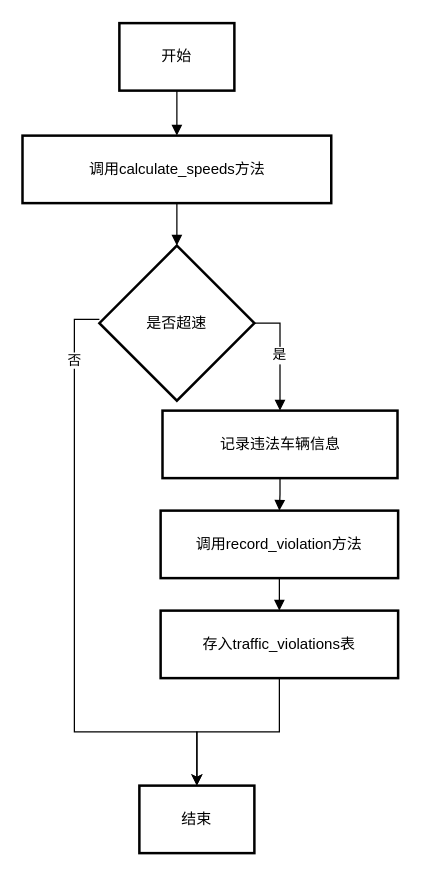
This is 违法记录与存储.drawio from EthaneIceCream/HoloCubic, a draw.io file, before an edit. Source tidied: cells renumbered, new cells numbered last; positions are measured from the earlier drawing's top-left corner, leaving out a move shared by most shapes. Both pictures are drawn from the tidied source at 125%, with x=0, y=0 at pixel (22, 22).
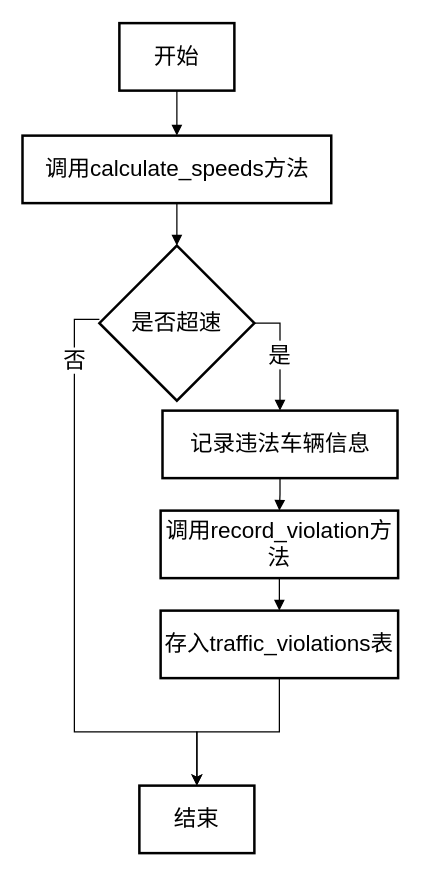
Above is the later version.

Commit message:
更新违法记录与存储.drawio

Diff of the diagram source:
```diff
@@
 <mxGraphModel>
   <root>
     <mxCell id="0" />
     <mxCell id="1" parent="0" />
-    <mxCell id="2" value="开始" style="whiteSpace=wrap;strokeWidth=2;" parent="1" vertex="1">
+    <mxCell id="2" value="开始" style="whiteSpace=wrap;strokeWidth=2;fontSize=18;" parent="1" vertex="1">
       <mxGeometry x="77" width="92" height="54" as="geometry" />
     </mxCell>
-    <mxCell id="3" value="调用calculate_speeds方法" style="whiteSpace=wrap;strokeWidth=2;" parent="1" vertex="1">
+    <mxCell id="3" value="调用calculate_speeds方法" style="whiteSpace=wrap;strokeWidth=2;fontSize=18;" parent="1" vertex="1">
       <mxGeometry x="-0.5" y="90" width="247" height="54" as="geometry" />
     </mxCell>
-    <mxCell id="4" style="edgeStyle=orthogonalEdgeStyle;rounded=0;jettySize=auto;html=1;exitX=0;exitY=0.5;exitDx=0;exitDy=0;entryX=0.5;entryY=0;entryDx=0;entryDy=0;" parent="1" edge="1" target="11">
+    <mxCell id="4" style="edgeStyle=orthogonalEdgeStyle;rounded=0;jettySize=auto;html=1;exitX=0;exitY=0.5;exitDx=0;exitDy=0;entryX=0.5;entryY=0;entryDx=0;entryDy=0;fontSize=18;" parent="1" edge="1" target="11">
       <mxGeometry relative="1" as="geometry">
         <mxPoint x="61" y="237" as="sourcePoint" />
         <Array as="points">
           <mxPoint x="41" y="237" />
           <mxPoint x="41" y="567" />
           <mxPoint x="139" y="567" />
         </Array>
       </mxGeometry>
     </mxCell>
-    <mxCell id="5" value="否" style="edgeLabel;html=1;align=center;verticalAlign=middle;" parent="4" vertex="1">
+    <mxCell id="5" value="否" style="edgeLabel;html=1;align=center;verticalAlign=middle;fontSize=18;" parent="4" vertex="1">
       <mxGeometry x="-0.79" y="-1" relative="1" as="geometry" />
     </mxCell>
-    <mxCell id="6" value="是否超速" style="rhombus;strokeWidth=2;whiteSpace=wrap;" parent="1" vertex="1">
+    <mxCell id="6" value="是否超速" style="rhombus;strokeWidth=2;whiteSpace=wrap;fontSize=18;" parent="1" vertex="1">
       <mxGeometry x="61" y="178" width="124" height="124" as="geometry" />
     </mxCell>
-    <mxCell id="7" value="记录违法车辆信息" style="whiteSpace=wrap;strokeWidth=2;" parent="1" vertex="1">
+    <mxCell id="7" value="记录违法车辆信息" style="whiteSpace=wrap;strokeWidth=2;fontSize=18;" parent="1" vertex="1">
       <mxGeometry x="111.5" y="310" width="188" height="54" as="geometry" />
     </mxCell>
-    <mxCell id="8" value="调用record_violation方法" style="whiteSpace=wrap;strokeWidth=2;" parent="1" vertex="1">
+    <mxCell id="8" value="调用record_violation方法" style="whiteSpace=wrap;strokeWidth=2;fontSize=18;" parent="1" vertex="1">
       <mxGeometry x="110" y="390" width="190" height="54" as="geometry" />
     </mxCell>
-    <mxCell id="9" style="edgeStyle=orthogonalEdgeStyle;rounded=0;jettySize=auto;html=1;exitX=0.5;exitY=1;exitDx=0;exitDy=0;entryX=0.5;entryY=0;entryDx=0;entryDy=0;" parent="1" edge="1" source="10" target="11">
+    <mxCell id="9" style="edgeStyle=orthogonalEdgeStyle;rounded=0;jettySize=auto;html=1;exitX=0.5;exitY=1;exitDx=0;exitDy=0;entryX=0.5;entryY=0;entryDx=0;entryDy=0;fontSize=18;" parent="1" edge="1" source="10" target="11">
       <mxGeometry relative="1" as="geometry" />
     </mxCell>
-    <mxCell id="10" value="存入traffic_violations表" style="whiteSpace=wrap;strokeWidth=2;" parent="1" vertex="1">
+    <mxCell id="10" value="存入traffic_violations表" style="whiteSpace=wrap;strokeWidth=2;fontSize=18;" parent="1" vertex="1">
       <mxGeometry x="110" y="470" width="190" height="54" as="geometry" />
     </mxCell>
-    <mxCell id="11" value="结束" style="whiteSpace=wrap;strokeWidth=2;" parent="1" vertex="1">
+    <mxCell id="11" value="结束" style="whiteSpace=wrap;strokeWidth=2;fontSize=18;" parent="1" vertex="1">
       <mxGeometry x="93" y="610" width="92" height="54" as="geometry" />
     </mxCell>
-    <mxCell id="12" style="startArrow=none;endArrow=block;exitX=0.5;exitY=1;entryX=0.5;entryY=0;rounded=0;edgeStyle=orthogonalEdgeStyle;" parent="1" edge="1" source="2" target="3">
+    <mxCell id="12" style="startArrow=none;endArrow=block;exitX=0.5;exitY=1;entryX=0.5;entryY=0;rounded=0;edgeStyle=orthogonalEdgeStyle;fontSize=18;" parent="1" edge="1" source="2" target="3">
       <mxGeometry relative="1" as="geometry" />
     </mxCell>
-    <mxCell id="13" style="curved=1;startArrow=none;endArrow=block;exitX=0.5;exitY=1;entryX=0.5;entryY=0;rounded=0;" parent="1" edge="1" source="3" target="6">
+    <mxCell id="13" style="curved=1;startArrow=none;endArrow=block;exitX=0.5;exitY=1;entryX=0.5;entryY=0;rounded=0;fontSize=18;" parent="1" edge="1" source="3" target="6">
       <mxGeometry relative="1" as="geometry" />
     </mxCell>
-    <mxCell id="14" value="是" style="startArrow=none;endArrow=block;exitX=1;exitY=0.5;entryX=0.5;entryY=0;rounded=0;edgeStyle=orthogonalEdgeStyle;exitDx=0;exitDy=0;" parent="1" edge="1" source="6" target="7">
+    <mxCell id="14" value="是" style="startArrow=none;endArrow=block;exitX=1;exitY=0.5;entryX=0.5;entryY=0;rounded=0;edgeStyle=orthogonalEdgeStyle;exitDx=0;exitDy=0;fontSize=18;" parent="1" edge="1" source="6" target="7">
       <mxGeometry relative="1" as="geometry" />
     </mxCell>
-    <mxCell id="15" style="startArrow=none;endArrow=block;exitX=0.5;exitY=1;entryX=0.5;entryY=0;rounded=0;edgeStyle=orthogonalEdgeStyle;" parent="1" edge="1" source="7" target="8">
+    <mxCell id="15" style="startArrow=none;endArrow=block;exitX=0.5;exitY=1;entryX=0.5;entryY=0;rounded=0;edgeStyle=orthogonalEdgeStyle;fontSize=18;" parent="1" edge="1" source="7" target="8">
       <mxGeometry relative="1" as="geometry" />
     </mxCell>
-    <mxCell id="16" style="startArrow=none;endArrow=block;exitX=0.5;exitY=1;entryX=0.5;entryY=0;rounded=0;edgeStyle=orthogonalEdgeStyle;" parent="1" edge="1" source="8" target="10">
+    <mxCell id="16" style="startArrow=none;endArrow=block;exitX=0.5;exitY=1;entryX=0.5;entryY=0;rounded=0;edgeStyle=orthogonalEdgeStyle;fontSize=18;" parent="1" edge="1" source="8" target="10">
       <mxGeometry relative="1" as="geometry" />
     </mxCell>
   </root>
 </mxGraphModel>
```
